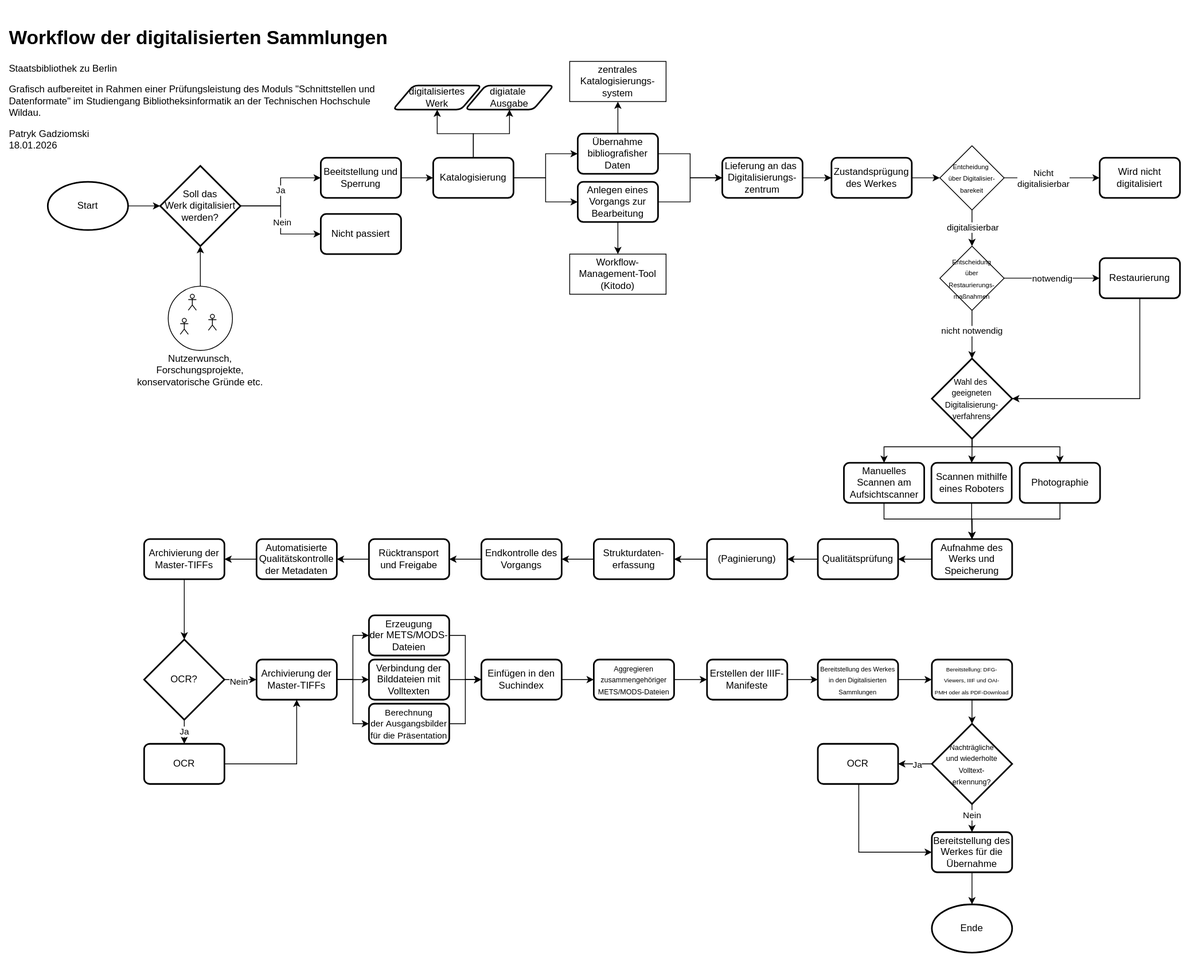
The draw.io diagram imgs/digitalisierte_sammlungen.svg in PatrykGadziomski/LCS-portfolio.github.io, before a commit. Source tidied: cells renumbered, new cells last; positions are measured from the earlier drawing's top-left corner, leaving out a move shared by most shapes.
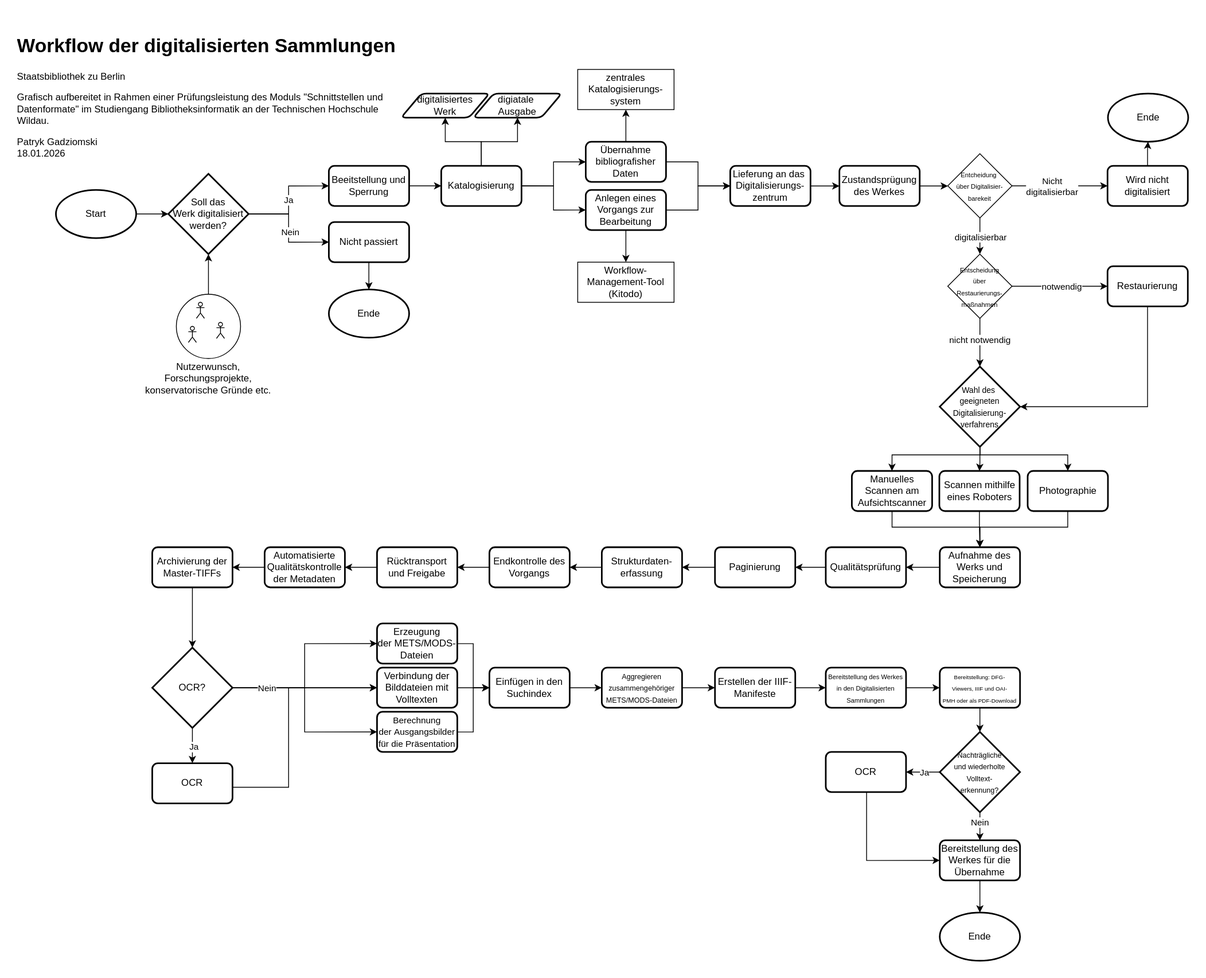
Above is the later version.

What changed in the source:
```diff
@@ -2,6 +2,12 @@
   <root>
     <mxCell id="0" />
     <mxCell id="1" parent="0" />
+    <mxCell id="115" style="edgeStyle=orthogonalEdgeStyle;rounded=0;jettySize=auto;html=1;entryX=0;entryY=0.5;entryDx=0;entryDy=0;" parent="1" edge="1" source="81" target="89">
+      <mxGeometry relative="1" as="geometry" />
+    </mxCell>
+    <mxCell id="116" style="edgeStyle=orthogonalEdgeStyle;rounded=0;jettySize=auto;html=1;entryX=0;entryY=0.5;entryDx=0;entryDy=0;" parent="1" edge="1" source="81" target="93">
+      <mxGeometry relative="1" as="geometry" />
+    </mxCell>
     <mxCell id="2" style="edgeStyle=orthogonalEdgeStyle;rounded=0;jettySize=auto;html=1;exitX=1;exitY=0.5;exitDx=0;exitDy=0;exitPerimeter=0;entryX=0;entryY=0.5;entryDx=0;entryDy=0;" parent="1" edge="1" source="6" target="8">
       <mxGeometry relative="1" as="geometry" />
     </mxCell>
@@ -23,6 +29,9 @@
     <mxCell id="8" value="Beeitstellung und Sperrung" style="rounded=1;whiteSpace=wrap;html=1;absoluteArcSize=1;arcSize=14;strokeWidth=2;" parent="1" vertex="1">
       <mxGeometry x="390" y="186" width="100" height="50" as="geometry" />
     </mxCell>
+    <mxCell id="117" style="edgeStyle=orthogonalEdgeStyle;rounded=0;jettySize=auto;html=1;" parent="1" edge="1" source="9" target="120">
+      <mxGeometry relative="1" as="geometry" />
+    </mxCell>
     <mxCell id="9" value="Nicht passiert" style="rounded=1;whiteSpace=wrap;html=1;absoluteArcSize=1;arcSize=14;strokeWidth=2;" parent="1" vertex="1">
       <mxGeometry x="390" y="256" width="100" height="50" as="geometry" />
     </mxCell>
@@ -125,6 +134,9 @@
     <mxCell id="42" value="&lt;font style=&quot;font-size: 8px;&quot;&gt;Entcheidung&amp;nbsp;&lt;/font&gt;&lt;div&gt;&lt;font style=&quot;font-size: 8px;&quot;&gt;über Digitalisier-&lt;/font&gt;&lt;div&gt;&lt;font style=&quot;font-size: 8px;&quot;&gt;barekeit&lt;/font&gt;&lt;/div&gt;&lt;/div&gt;" style="rhombus;whiteSpace=wrap;html=1;" parent="1" vertex="1">
       <mxGeometry x="1161" y="171" width="80" height="80" as="geometry" />
     </mxCell>
+    <mxCell id="118" style="edgeStyle=orthogonalEdgeStyle;rounded=0;jettySize=auto;html=1;" parent="1" edge="1" source="43" target="121">
+      <mxGeometry relative="1" as="geometry" />
+    </mxCell>
     <mxCell id="43" value="&lt;div style=&quot;&quot;&gt;&lt;span style=&quot;background-color: transparent; color: light-dark(rgb(0, 0, 0), rgb(255, 255, 255));&quot;&gt;Wird nicht digitalisiert&lt;/span&gt;&lt;/div&gt;" style="rounded=1;whiteSpace=wrap;html=1;absoluteArcSize=1;arcSize=14;strokeWidth=2;align=center;" parent="1" vertex="1">
       <mxGeometry x="1360" y="186" width="100" height="50" as="geometry" />
     </mxCell>
@@ -220,7 +232,7 @@
     <mxCell id="65" style="edgeStyle=orthogonalEdgeStyle;rounded=0;jettySize=auto;html=1;" parent="1" edge="1" source="66" target="68">
       <mxGeometry relative="1" as="geometry" />
     </mxCell>
-    <mxCell id="66" value="&lt;div style=&quot;text-align: left;&quot;&gt;(Paginierung)&lt;/div&gt;" style="rounded=1;whiteSpace=wrap;html=1;absoluteArcSize=1;arcSize=14;strokeWidth=2;" parent="1" vertex="1">
+    <mxCell id="66" value="&lt;div style=&quot;text-align: left;&quot;&gt;Paginierung&lt;/div&gt;" style="rounded=1;whiteSpace=wrap;html=1;absoluteArcSize=1;arcSize=14;strokeWidth=2;" parent="1" vertex="1">
       <mxGeometry x="871" y="661" width="100" height="50" as="geometry" />
     </mxCell>
     <mxCell id="67" style="edgeStyle=orthogonalEdgeStyle;rounded=0;jettySize=auto;html=1;" parent="1" edge="1" source="68" target="70">
@@ -253,11 +265,13 @@
     <mxCell id="76" value="&lt;div style=&quot;&quot;&gt;Archivierung der Master-TIFFs&lt;/div&gt;" style="rounded=1;whiteSpace=wrap;html=1;absoluteArcSize=1;arcSize=14;strokeWidth=2;align=center;" parent="1" vertex="1">
       <mxGeometry x="170" y="661" width="100" height="50" as="geometry" />
     </mxCell>
-    <mxCell id="77" style="edgeStyle=orthogonalEdgeStyle;rounded=0;jettySize=auto;html=1;" parent="1" edge="1" source="81" target="85">
+    <mxCell id="77" style="edgeStyle=orthogonalEdgeStyle;rounded=0;jettySize=auto;html=1;entryX=0;entryY=0.5;entryDx=0;entryDy=0;" parent="1" edge="1" source="81" target="91">
       <mxGeometry relative="1" as="geometry" />
     </mxCell>
     <mxCell id="78" value="Nein" style="edgeLabel;html=1;align=center;verticalAlign=middle;" parent="77" vertex="1">
-      <mxGeometry x="-0.15" y="-2" relative="1" as="geometry" />
+      <mxGeometry x="-0.15" y="-2" relative="1" as="geometry">
+        <mxPoint x="-36" y="-2" as="offset" />
+      </mxGeometry>
     </mxCell>
     <mxCell id="79" style="edgeStyle=orthogonalEdgeStyle;rounded=0;jettySize=auto;html=1;" parent="1" edge="1" source="81" target="87">
       <mxGeometry relative="1" as="geometry" />
@@ -268,23 +282,17 @@
     <mxCell id="81" value="OCR?" style="strokeWidth=2;html=1;shape=mxgraph.flowchart.decision;whiteSpace=wrap;" parent="1" vertex="1">
       <mxGeometry x="170" y="786" width="100" height="100" as="geometry" />
     </mxCell>
-    <mxCell id="82" style="edgeStyle=orthogonalEdgeStyle;rounded=0;jettySize=auto;html=1;entryX=0;entryY=0.5;entryDx=0;entryDy=0;" parent="1" edge="1" source="85" target="89">
-      <mxGeometry relative="1" as="geometry" />
-    </mxCell>
-    <mxCell id="83" style="edgeStyle=orthogonalEdgeStyle;rounded=0;jettySize=auto;html=1;entryX=0;entryY=0.5;entryDx=0;entryDy=0;" parent="1" edge="1" source="85" target="91">
-      <mxGeometry relative="1" as="geometry" />
-    </mxCell>
-    <mxCell id="84" style="edgeStyle=orthogonalEdgeStyle;rounded=0;jettySize=auto;html=1;entryX=0;entryY=0.5;entryDx=0;entryDy=0;" parent="1" edge="1" source="85" target="93">
-      <mxGeometry relative="1" as="geometry" />
-    </mxCell>
-    <mxCell id="85" value="&lt;div style=&quot;&quot;&gt;Archivierung der Master-TIFFs&lt;/div&gt;" style="rounded=1;whiteSpace=wrap;html=1;absoluteArcSize=1;arcSize=14;strokeWidth=2;align=center;" parent="1" vertex="1">
-      <mxGeometry x="310" y="811" width="100" height="50" as="geometry" />
-    </mxCell>
-    <mxCell id="86" style="edgeStyle=orthogonalEdgeStyle;rounded=0;jettySize=auto;html=1;entryX=0.5;entryY=1;entryDx=0;entryDy=0;" parent="1" edge="1" source="87" target="85">
-      <mxGeometry relative="1" as="geometry" />
-    </mxCell>
+    <mxCell id="119" style="edgeStyle=orthogonalEdgeStyle;rounded=0;jettySize=auto;html=1;entryX=0;entryY=0.5;entryDx=0;entryDy=0;exitX=1;exitY=0.5;exitDx=0;exitDy=0;" parent="1" edge="1" source="87" target="91">
+      <mxGeometry relative="1" as="geometry">
+        <Array as="points">
+          <mxPoint x="270" y="960" />
+          <mxPoint x="340" y="960" />
+          <mxPoint x="340" y="836" />
+        </Array>
+      </mxGeometry>
+    </mxCell>
     <mxCell id="87" value="&lt;div style=&quot;&quot;&gt;OCR&lt;/div&gt;" style="rounded=1;whiteSpace=wrap;html=1;absoluteArcSize=1;arcSize=14;strokeWidth=2;align=center;" parent="1" vertex="1">
-      <mxGeometry x="170" y="916" width="100" height="50" as="geometry" />
+      <mxGeometry x="170" y="930" width="100" height="50" as="geometry" />
     </mxCell>
     <mxCell id="88" style="edgeStyle=orthogonalEdgeStyle;rounded=0;jettySize=auto;html=1;entryX=0;entryY=0.5;entryDx=0;entryDy=0;" parent="1" edge="1" source="89" target="95">
       <mxGeometry relative="1" as="geometry" />
@@ -371,5 +379,11 @@
     <mxCell id="114" value="&lt;h1&gt;Workflow der digitalisierten Sammlungen&lt;/h1&gt;&lt;p&gt;Staatsbibliothek zu Berlin&lt;/p&gt;&lt;p&gt;Grafisch aufbereitet in Rahmen einer Prüfungsleistung des Moduls &quot;Schnittstellen und Datenformate&quot; im Studiengang Bibliotheksinformatik an der Technischen Hochschule Wildau.&lt;/p&gt;&lt;p&gt;Patryk Gadziomski&lt;br&gt;18.01.2026&lt;/p&gt;" style="text;html=1;whiteSpace=wrap;overflow=hidden;rounded=0;" parent="1" vertex="1">
       <mxGeometry width="480" height="180" as="geometry" />
     </mxCell>
+    <mxCell id="120" value="Ende" style="strokeWidth=2;html=1;shape=mxgraph.flowchart.start_1;whiteSpace=wrap;" parent="1" vertex="1">
+      <mxGeometry x="390" y="340" width="100" height="60" as="geometry" />
+    </mxCell>
+    <mxCell id="121" value="Ende" style="strokeWidth=2;html=1;shape=mxgraph.flowchart.start_1;whiteSpace=wrap;" parent="1" vertex="1">
+      <mxGeometry x="1360.5" y="96" width="100" height="60" as="geometry" />
+    </mxCell>
   </root>
 </mxGraphModel>
```
